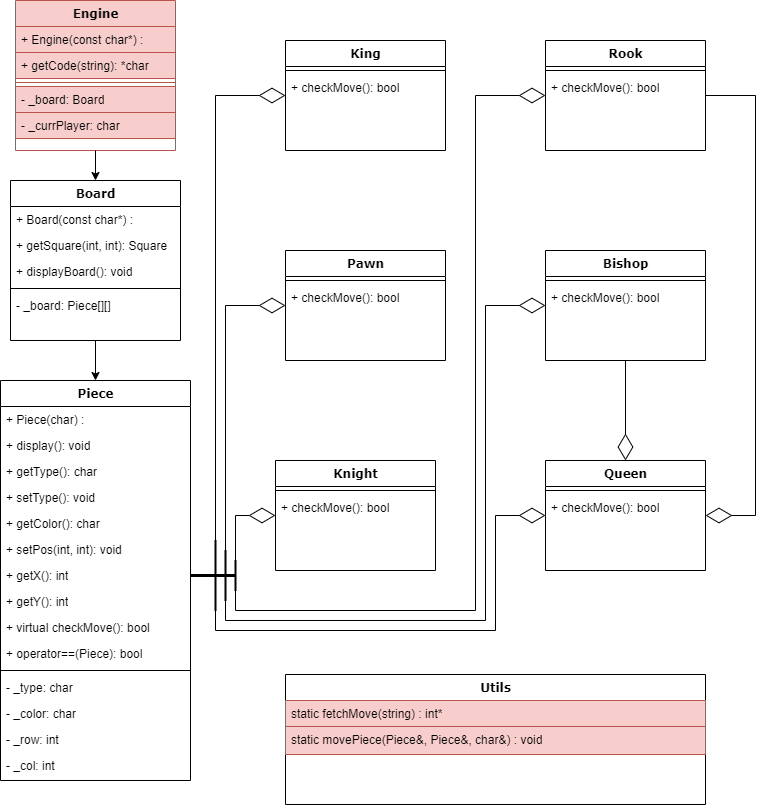
Before: updatedUML/chessUML.drawio.png, a diagram exported from draw.io (dand2008/chess_project-Liel-Dvir). Source tidied: cells renumbered, new cells last; positions are measured from the earlier drawing's top-left corner, leaving out a move shared by most shapes.
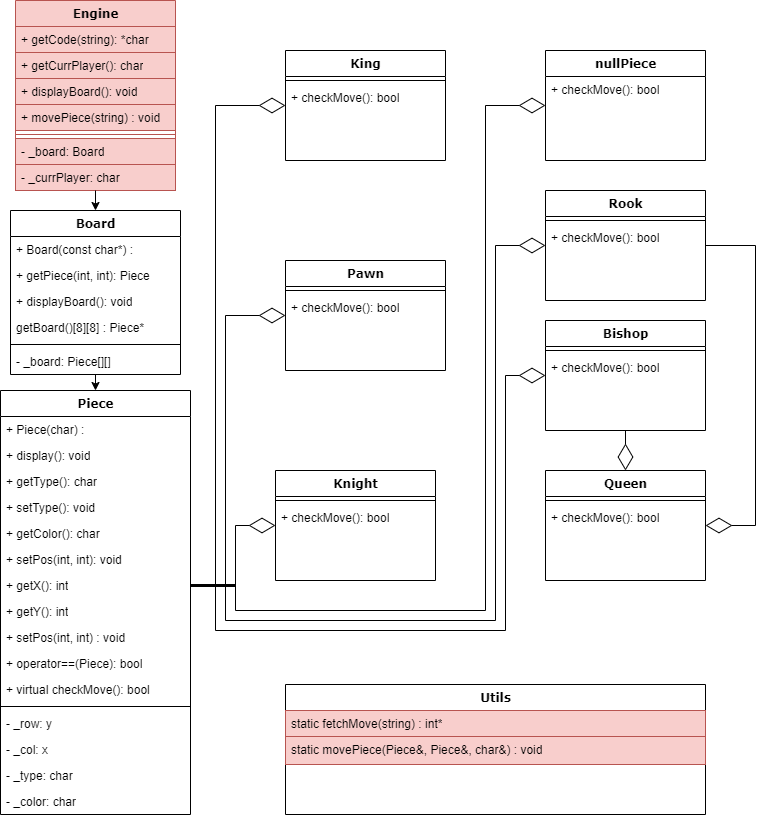
The same diagram one commit later.

Diff of the diagram source:
```diff
@@ -3,43 +3,52 @@
     <mxCell id="0" />
     <mxCell id="1" parent="0" />
     <mxCell id="2" value="Engine" style="swimlane;html=1;fontStyle=1;align=center;verticalAlign=top;horizontal=1;startSize=26;swimlaneFillColor=#ffffff;rounded=0;shadow=0;comic=0;labelBackgroundColor=none;strokeWidth=1;fontFamily=Verdana;fontSize=12;fillColor=#f8cecc;strokeColor=#b85450;" parent="1" vertex="1">
-      <mxGeometry x="15" width="160" height="150" as="geometry" />
+      <mxGeometry x="15" y="-10" width="160" height="190" as="geometry" />
     </mxCell>
+    <mxCell id="4" value="+ getCode(string): *char" style="text;html=1;strokeColor=#b85450;fillColor=#f8cecc;align=left;verticalAlign=top;spacingLeft=4;spacingRight=4;whiteSpace=wrap;overflow=hidden;" parent="2" vertex="1">
+      <mxGeometry y="26" width="160" height="26" as="geometry" />
+    </mxCell>
+    <mxCell id="65" value="+ getCurrPlayer(): char" style="text;html=1;strokeColor=#b85450;fillColor=#f8cecc;align=left;verticalAlign=top;spacingLeft=4;spacingRight=4;whiteSpace=wrap;overflow=hidden;" parent="2" vertex="1">
+      <mxGeometry y="52" width="160" height="26" as="geometry" />
+    </mxCell>
+    <mxCell id="66" value="+ displayBoard(): void" style="text;html=1;strokeColor=#b85450;fillColor=#f8cecc;align=left;verticalAlign=top;spacingLeft=4;spacingRight=4;whiteSpace=wrap;overflow=hidden;" parent="2" vertex="1">
+      <mxGeometry y="78" width="160" height="26" as="geometry" />
+    </mxCell>
-    <mxCell id="3" value="+ Engine(const char*) :" style="text;html=1;strokeColor=#b85450;fillColor=#f8cecc;align=left;verticalAlign=top;spacingLeft=4;spacingRight=4;whiteSpace=wrap;overflow=hidden;" parent="2" vertex="1">
-      <mxGeometry y="26" width="160" height="26" as="geometry" />
+    <mxCell id="3" value="+ movePiece(string) : void" style="text;html=1;strokeColor=#b85450;fillColor=#f8cecc;align=left;verticalAlign=top;spacingLeft=4;spacingRight=4;whiteSpace=wrap;overflow=hidden;" parent="2" vertex="1">
+      <mxGeometry y="104" width="160" height="26" as="geometry" />
     </mxCell>
-    <mxCell id="4" value="+ getCode(string): *char" style="text;html=1;strokeColor=#b85450;fillColor=#f8cecc;align=left;verticalAlign=top;spacingLeft=4;spacingRight=4;whiteSpace=wrap;overflow=hidden;" parent="2" vertex="1">
-      <mxGeometry y="52" width="160" height="26" as="geometry" />
-    </mxCell>
     <mxCell id="5" style="line;html=1;strokeWidth=1;fillColor=#f8cecc;align=left;verticalAlign=middle;spacingTop=-1;spacingLeft=3;spacingRight=3;labelPosition=right;strokeColor=#b85450;" parent="2" vertex="1">
-      <mxGeometry y="78" width="160" height="8" as="geometry" />
+      <mxGeometry y="130" width="160" height="8" as="geometry" />
     </mxCell>
     <mxCell id="6" value="- _board: Board" style="text;html=1;strokeColor=#b85450;fillColor=#f8cecc;align=left;verticalAlign=top;spacingLeft=4;spacingRight=4;whiteSpace=wrap;overflow=hidden;" parent="2" vertex="1">
-      <mxGeometry y="86" width="160" height="26" as="geometry" />
+      <mxGeometry y="138" width="160" height="26" as="geometry" />
     </mxCell>
     <mxCell id="7" value="- _currPlayer: char" style="text;html=1;strokeColor=#b85450;fillColor=#f8cecc;align=left;verticalAlign=top;spacingLeft=4;spacingRight=4;whiteSpace=wrap;overflow=hidden;" parent="2" vertex="1">
-      <mxGeometry y="112" width="160" height="26" as="geometry" />
+      <mxGeometry y="164" width="160" height="26" as="geometry" />
     </mxCell>
     <mxCell id="8" value="Board" style="swimlane;html=1;fontStyle=1;align=center;verticalAlign=top;horizontal=1;startSize=26;swimlaneFillColor=#ffffff;rounded=0;shadow=0;comic=0;labelBackgroundColor=none;strokeWidth=1;fillColor=none;fontFamily=Verdana;fontSize=12;" parent="1" vertex="1">
-      <mxGeometry x="10" y="180" width="170" height="160" as="geometry" />
+      <mxGeometry x="10" y="200" width="170" height="164" as="geometry" />
     </mxCell>
     <mxCell id="9" value="+ Board(const char*) :" style="text;html=1;strokeColor=none;fillColor=none;align=left;verticalAlign=top;spacingLeft=4;spacingRight=4;whiteSpace=wrap;overflow=hidden;" parent="8" vertex="1">
       <mxGeometry y="26" width="170" height="26" as="geometry" />
     </mxCell>
-    <mxCell id="10" value="+ getSquare(int, int): Square" style="text;html=1;strokeColor=none;fillColor=none;align=left;verticalAlign=top;spacingLeft=4;spacingRight=4;whiteSpace=wrap;overflow=hidden;" parent="8" vertex="1">
+    <mxCell id="10" value="+ getPiece(int, int): Piece" style="text;html=1;strokeColor=none;fillColor=none;align=left;verticalAlign=top;spacingLeft=4;spacingRight=4;whiteSpace=wrap;overflow=hidden;" parent="8" vertex="1">
       <mxGeometry y="52" width="170" height="26" as="geometry" />
     </mxCell>
     <mxCell id="11" value="+ displayBoard(): void" style="text;html=1;strokeColor=none;fillColor=none;align=left;verticalAlign=top;spacingLeft=4;spacingRight=4;whiteSpace=wrap;overflow=hidden;" parent="8" vertex="1">
       <mxGeometry y="78" width="170" height="26" as="geometry" />
     </mxCell>
+    <mxCell id="67" value="getBoard()[8][8] : Piece*" style="text;html=1;strokeColor=none;fillColor=none;align=left;verticalAlign=top;spacingLeft=4;spacingRight=4;whiteSpace=wrap;overflow=hidden;" parent="8" vertex="1">
+      <mxGeometry y="104" width="170" height="26" as="geometry" />
+    </mxCell>
     <mxCell id="12" style="line;html=1;strokeWidth=1;fillColor=none;align=left;verticalAlign=middle;spacingTop=-1;spacingLeft=3;spacingRight=3;labelPosition=right;" parent="8" vertex="1">
-      <mxGeometry y="104" width="170" height="8" as="geometry" />
+      <mxGeometry y="130" width="170" height="8" as="geometry" />
     </mxCell>
     <mxCell id="13" value="- _board: Piece[][]" style="text;html=1;strokeColor=none;fillColor=none;align=left;verticalAlign=top;spacingLeft=4;spacingRight=4;whiteSpace=wrap;overflow=hidden;" parent="8" vertex="1">
-      <mxGeometry y="112" width="170" height="26" as="geometry" />
+      <mxGeometry y="138" width="170" height="26" as="geometry" />
     </mxCell>
     <mxCell id="14" value="Piece" style="swimlane;html=1;fontStyle=1;align=center;verticalAlign=top;horizontal=1;startSize=26;swimlaneFillColor=#ffffff;rounded=0;shadow=0;comic=0;labelBackgroundColor=none;strokeWidth=1;fillColor=none;fontFamily=Verdana;fontSize=12;" parent="1" vertex="1">
-      <mxGeometry y="380" width="190" height="400" as="geometry" />
+      <mxGeometry y="380" width="190" height="424" as="geometry" />
     </mxCell>
     <mxCell id="15" value="+ Piece(char) :" style="text;html=1;strokeColor=none;fillColor=none;align=left;verticalAlign=top;spacingLeft=4;spacingRight=4;whiteSpace=wrap;overflow=hidden;" parent="14" vertex="1">
       <mxGeometry y="26" width="190" height="26" as="geometry" />
@@ -59,41 +68,38 @@
     <mxCell id="20" value="+ setPos(int, int): void" style="text;html=1;strokeColor=none;fillColor=none;align=left;verticalAlign=top;spacingLeft=4;spacingRight=4;whiteSpace=wrap;overflow=hidden;" parent="14" vertex="1">
       <mxGeometry y="156" width="190" height="26" as="geometry" />
     </mxCell>
-    <mxCell id="21" style="endArrow=none;html=1;rounded=0;strokeWidth=2;" parent="14" edge="1">
-      <mxGeometry relative="1" as="geometry">
-        <mxPoint x="225" y="220" as="sourcePoint" />
-        <mxPoint x="225" y="170" as="targetPoint" />
-      </mxGeometry>
-    </mxCell>
     <mxCell id="22" value="+ getX(): int" style="text;html=1;strokeColor=none;fillColor=none;align=left;verticalAlign=top;spacingLeft=4;spacingRight=4;whiteSpace=wrap;overflow=hidden;points=[[0,0.5],[1,0.5]];portConstraint=eastwest;" parent="14" vertex="1">
       <mxGeometry y="182" width="190" height="26" as="geometry" />
     </mxCell>
     <mxCell id="23" value="+ getY(): int" style="text;html=1;strokeColor=none;fillColor=none;align=left;verticalAlign=top;spacingLeft=4;spacingRight=4;whiteSpace=wrap;overflow=hidden;" parent="14" vertex="1">
       <mxGeometry y="208" width="190" height="26" as="geometry" />
     </mxCell>
+    <mxCell id="68" value="+ setPos(int, int) :&amp;nbsp;void" style="text;html=1;strokeColor=none;fillColor=none;align=left;verticalAlign=top;spacingLeft=4;spacingRight=4;whiteSpace=wrap;overflow=hidden;" parent="14" vertex="1">
+      <mxGeometry y="234" width="190" height="26" as="geometry" />
+    </mxCell>
+    <mxCell id="25" value="+ operator==(Piece): bool" style="text;html=1;strokeColor=none;fillColor=none;align=left;verticalAlign=top;spacingLeft=4;spacingRight=4;whiteSpace=wrap;overflow=hidden;" parent="14" vertex="1">
+      <mxGeometry y="260" width="190" height="26" as="geometry" />
+    </mxCell>
     <mxCell id="24" value="+ virtual checkMove(): bool" style="text;html=1;strokeColor=none;fillColor=none;align=left;verticalAlign=top;spacingLeft=4;spacingRight=4;whiteSpace=wrap;overflow=hidden;" parent="14" vertex="1">
-      <mxGeometry y="234" width="190" height="26" as="geometry" />
+      <mxGeometry y="286" width="190" height="26" as="geometry" />
     </mxCell>
-    <mxCell id="25" value="+ operator==(Piece): bool" style="text;html=1;strokeColor=none;fillColor=none;align=left;verticalAlign=top;spacingLeft=4;spacingRight=4;whiteSpace=wrap;overflow=hidden;" parent="14" vertex="1">
-      <mxGeometry y="260" width="190" height="26" as="geometry" />
-    </mxCell>
     <mxCell id="26" style="line;html=1;strokeWidth=1;fillColor=none;align=left;verticalAlign=middle;spacingTop=-1;spacingLeft=3;spacingRight=3;labelPosition=right;" parent="14" vertex="1">
-      <mxGeometry y="286" width="190" height="8" as="geometry" />
+      <mxGeometry y="312" width="190" height="8" as="geometry" />
     </mxCell>
+    <mxCell id="29" value="- _row: y" style="text;html=1;strokeColor=none;fillColor=none;align=left;verticalAlign=top;spacingLeft=4;spacingRight=4;whiteSpace=wrap;overflow=hidden;" parent="14" vertex="1">
+      <mxGeometry y="320" width="190" height="26" as="geometry" />
+    </mxCell>
+    <mxCell id="30" value="- _col: x" style="text;html=1;strokeColor=none;fillColor=none;align=left;verticalAlign=top;spacingLeft=4;spacingRight=4;whiteSpace=wrap;overflow=hidden;" parent="14" vertex="1">
+      <mxGeometry y="346" width="190" height="26" as="geometry" />
+    </mxCell>
     <mxCell id="27" value="- _type: char" style="text;html=1;strokeColor=none;fillColor=none;align=left;verticalAlign=top;spacingLeft=4;spacingRight=4;whiteSpace=wrap;overflow=hidden;" parent="14" vertex="1">
-      <mxGeometry y="294" width="190" height="26" as="geometry" />
+      <mxGeometry y="372" width="190" height="26" as="geometry" />
     </mxCell>
     <mxCell id="28" value="- _color: char" style="text;html=1;strokeColor=none;fillColor=none;align=left;verticalAlign=top;spacingLeft=4;spacingRight=4;whiteSpace=wrap;overflow=hidden;" parent="14" vertex="1">
-      <mxGeometry y="320" width="190" height="26" as="geometry" />
+      <mxGeometry y="398" width="190" height="26" as="geometry" />
     </mxCell>
-    <mxCell id="29" value="- _row: int" style="text;html=1;strokeColor=none;fillColor=none;align=left;verticalAlign=top;spacingLeft=4;spacingRight=4;whiteSpace=wrap;overflow=hidden;" parent="14" vertex="1">
-      <mxGeometry y="346" width="190" height="26" as="geometry" />
-    </mxCell>
-    <mxCell id="30" value="- _col: int" style="text;html=1;strokeColor=none;fillColor=none;align=left;verticalAlign=top;spacingLeft=4;spacingRight=4;whiteSpace=wrap;overflow=hidden;" parent="14" vertex="1">
-      <mxGeometry y="372" width="190" height="26" as="geometry" />
-    </mxCell>
     <mxCell id="31" value="Rook" style="swimlane;html=1;fontStyle=1;align=center;verticalAlign=top;horizontal=1;startSize=26;swimlaneFillColor=#ffffff;rounded=0;shadow=0;comic=0;labelBackgroundColor=none;strokeWidth=1;fillColor=none;fontFamily=Verdana;fontSize=12;" parent="1" vertex="1">
-      <mxGeometry x="545" y="40" width="160" height="110" as="geometry" />
+      <mxGeometry x="545" y="180" width="160" height="110" as="geometry" />
     </mxCell>
     <mxCell id="32" style="line;html=1;strokeWidth=1;fillColor=none;align=left;verticalAlign=middle;spacingTop=-1;spacingLeft=3;spacingRight=3;labelPosition=right;" parent="31" vertex="1">
       <mxGeometry y="26" width="160" height="8" as="geometry" />
@@ -108,7 +114,7 @@
       <mxGeometry relative="1" as="geometry" />
     </mxCell>
     <mxCell id="36" value="Bishop" style="swimlane;html=1;fontStyle=1;align=center;verticalAlign=top;horizontal=1;startSize=26;swimlaneFillColor=#ffffff;rounded=0;shadow=0;comic=0;labelBackgroundColor=none;strokeWidth=1;fillColor=none;fontFamily=Verdana;fontSize=12;" parent="1" vertex="1">
-      <mxGeometry x="545" y="250" width="160" height="110" as="geometry" />
+      <mxGeometry x="545" y="310" width="160" height="110" as="geometry" />
     </mxCell>
     <mxCell id="37" style="line;html=1;strokeWidth=1;fillColor=none;align=left;verticalAlign=middle;spacingTop=-1;spacingLeft=3;spacingRight=3;labelPosition=right;" parent="36" vertex="1">
       <mxGeometry y="26" width="160" height="8" as="geometry" />
@@ -179,10 +185,10 @@
     <mxCell id="54" style="endArrow=diamondThin;endFill=0;endSize=24;html=1;rounded=0;exitX=1;exitY=0.5;exitDx=0;exitDy=0;entryX=0;entryY=0.5;entryDx=0;entryDy=0;" parent="1" edge="1" source="22" target="31">
       <mxGeometry relative="1" as="geometry">
         <Array as="points">
-          <mxPoint x="235" y="575" />
-          <mxPoint x="235" y="610" />
-          <mxPoint x="475" y="610" />
-          <mxPoint x="475" y="95" />
+          <mxPoint x="225" y="575" />
+          <mxPoint x="225" y="610" />
+          <mxPoint x="495" y="610" />
+          <mxPoint x="495" y="235" />
         </Array>
       </mxGeometry>
     </mxCell>
@@ -198,27 +204,17 @@
     <mxCell id="58" style="endArrow=diamondThin;endFill=0;endSize=24;html=1;rounded=0;exitX=1;exitY=0.5;exitDx=0;exitDy=0;entryX=0;entryY=0.5;entryDx=0;entryDy=0;" parent="1" edge="1" source="22" target="36">
       <mxGeometry relative="1" as="geometry">
         <Array as="points">
-          <mxPoint x="225" y="575" />
-          <mxPoint x="225" y="620" />
-          <mxPoint x="485" y="620" />
-          <mxPoint x="485" y="305" />
+          <mxPoint x="215" y="575" />
+          <mxPoint x="215" y="620" />
+          <mxPoint x="505" y="620" />
+          <mxPoint x="505" y="365" />
         </Array>
       </mxGeometry>
     </mxCell>
-    <mxCell id="59" style="endArrow=diamondThin;endFill=0;endSize=24;html=1;rounded=0;exitX=1;exitY=0.5;exitDx=0;exitDy=0;entryX=0;entryY=0.5;entryDx=0;entryDy=0;" parent="1" edge="1" source="22" target="45">
-      <mxGeometry relative="1" as="geometry">
-        <Array as="points">
-          <mxPoint x="215" y="575" />
-          <mxPoint x="215" y="630" />
-          <mxPoint x="495" y="630" />
-          <mxPoint x="495" y="515" />
-        </Array>
-      </mxGeometry>
-    </mxCell>
     <mxCell id="60" style="endArrow=diamondThin;endFill=0;endSize=24;html=1;rounded=0;exitX=1;exitY=0.5;exitDx=0;exitDy=0;entryX=1;entryY=0.5;entryDx=0;entryDy=0;" parent="1" edge="1" source="31" target="45">
       <mxGeometry relative="1" as="geometry">
         <Array as="points">
-          <mxPoint x="755" y="95" />
+          <mxPoint x="755" y="235" />
           <mxPoint x="755" y="515" />
         </Array>
       </mxGeometry>
@@ -231,17 +227,21 @@
         <mxPoint x="235" y="575" as="targetPoint" />
       </mxGeometry>
     </mxCell>
-    <mxCell id="63" style="endArrow=none;html=1;rounded=0;strokeWidth=2;" parent="1" edge="1">
-      <mxGeometry relative="1" as="geometry">
-        <mxPoint x="235" y="590" as="sourcePoint" />
-        <mxPoint x="235" y="560" as="targetPoint" />
-      </mxGeometry>
-    </mxCell>
-    <mxCell id="64" style="endArrow=none;html=1;rounded=0;strokeWidth=2;" parent="1" edge="1">
-      <mxGeometry relative="1" as="geometry">
-        <mxPoint x="215" y="610" as="sourcePoint" />
-        <mxPoint x="215" y="540" as="targetPoint" />
-      </mxGeometry>
-    </mxCell>
+    <mxCell id="69" value="nullPiece" style="swimlane;html=1;fontStyle=1;align=center;verticalAlign=top;horizontal=1;startSize=26;swimlaneFillColor=#ffffff;rounded=0;shadow=0;comic=0;labelBackgroundColor=none;strokeWidth=1;fillColor=none;fontFamily=Verdana;fontSize=12;" parent="1" vertex="1">
+      <mxGeometry x="545" y="40" width="160" height="110" as="geometry" />
+    </mxCell>
+    <mxCell id="70" value="+ checkMove(): bool" style="text;html=1;strokeColor=none;fillColor=none;align=left;verticalAlign=top;spacingLeft=4;spacingRight=4;whiteSpace=wrap;overflow=hidden;" parent="69" vertex="1">
+      <mxGeometry y="26" width="160" height="26" as="geometry" />
+    </mxCell>
+    <mxCell id="71" style="endArrow=diamondThin;endFill=0;endSize=24;html=1;rounded=0;exitX=1;exitY=0.5;exitDx=0;exitDy=0;entryX=0;entryY=0.5;entryDx=0;entryDy=0;" parent="1" edge="1" source="22" target="69">
+      <mxGeometry relative="1" as="geometry">
+        <Array as="points">
+          <mxPoint x="235" y="575" />
+          <mxPoint x="235" y="600" />
+          <mxPoint x="485" y="600" />
+          <mxPoint x="485" y="95" />
+        </Array>
+      </mxGeometry>
+    </mxCell>
   </root>
 </mxGraphModel>
```
